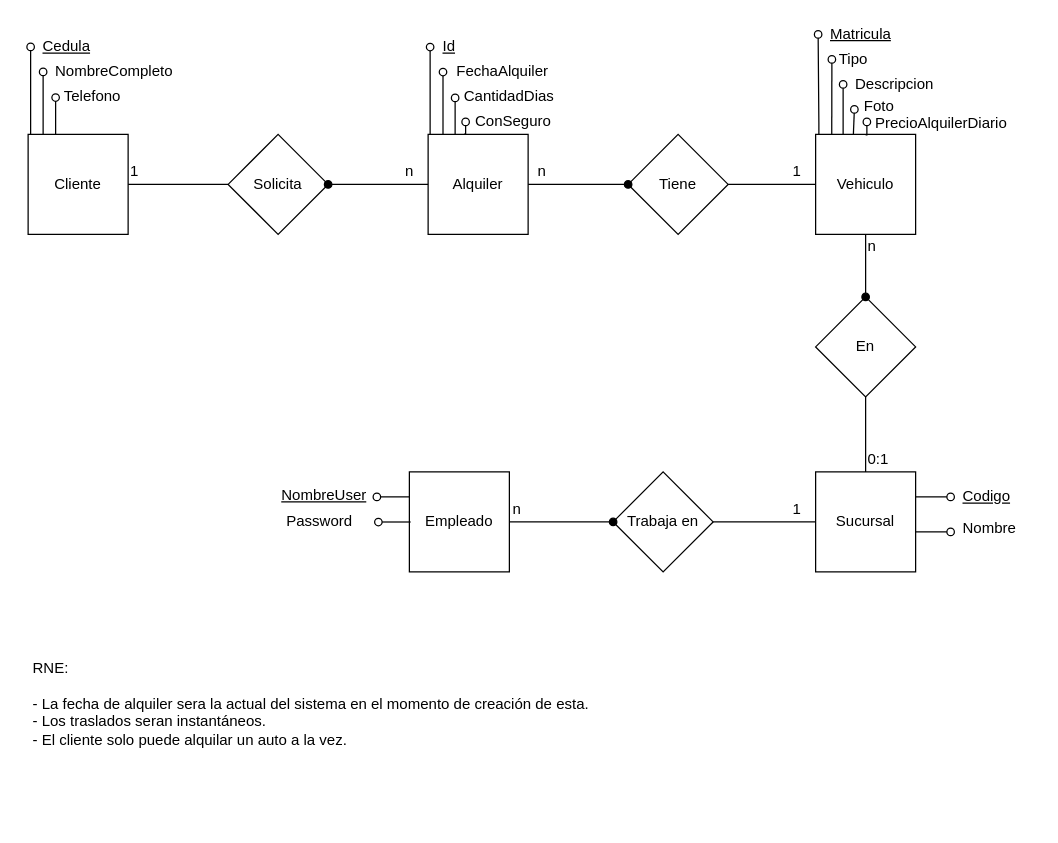
KaTTNico/BIOSRent keeps this draw.io diagram as Diagramas/MER.drawio. Above is the earlier version. Source tidied: cells renumbered, new cells numbered last; positions are measured from the earlier drawing's top-left corner, leaving out a move shared by most shapes. Both pictures are drawn from the tidied source at 125%, with x=0, y=0 at pixel (28, 21).
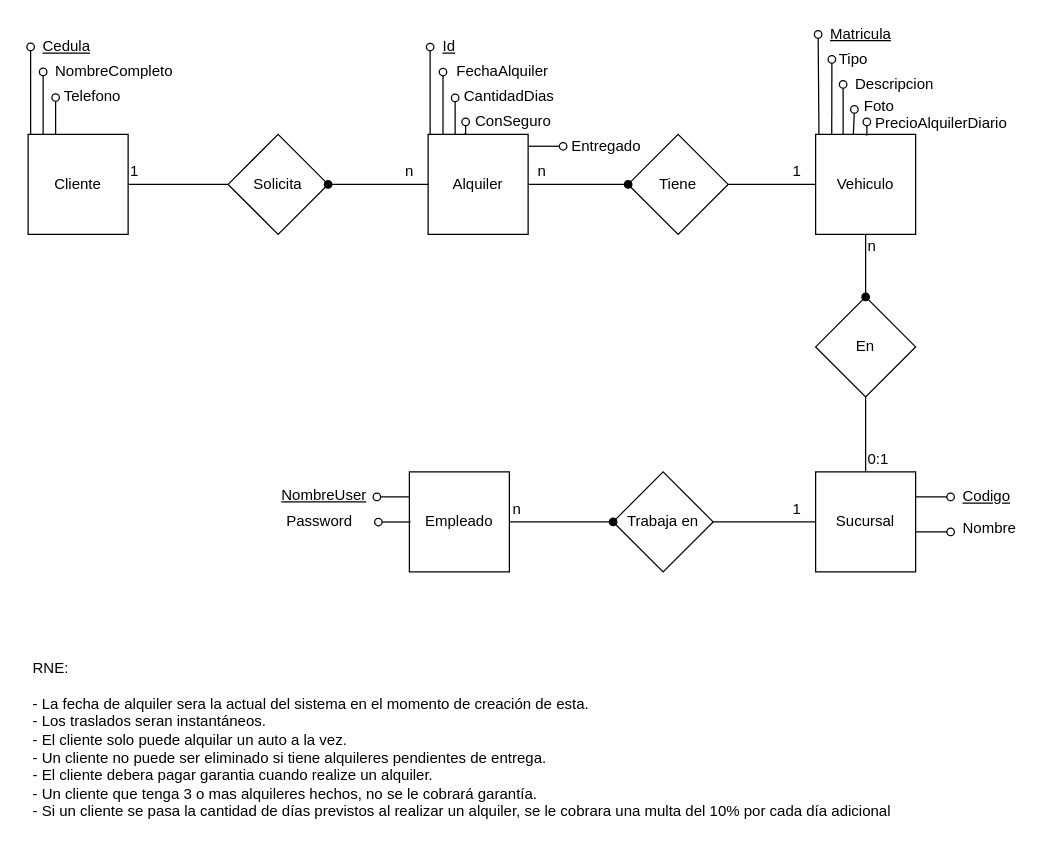
The same page after the edit.

Commit message:
Arreglo revert (por boludez mia)

Diff of the diagram source:
```diff
@@
-    <mxCell id="58" value="RNE:&lt;br&gt;&lt;br&gt;- La fecha de alquiler sera la actual del sistema en el momento de creación de esta.&lt;br&gt;- Los traslados seran instantáneos.&lt;br&gt;- El cliente solo puede alquilar un auto a la vez.&lt;br&gt;" style="text;html=1;align=left;verticalAlign=top;spacingTop=-4;" parent="1" vertex="1">
-      <mxGeometry x="2" y="507" width="460" height="70" as="geometry" />
+    <mxCell id="58" value="RNE:&lt;br&gt;&lt;br&gt;- La fecha de alquiler sera la actual del sistema en el momento de creación de esta.&lt;br&gt;- Los traslados seran instantáneos.&lt;br&gt;- El cliente solo puede alquilar un auto a la vez.&lt;br&gt;- Un cliente no puede ser eliminado si tiene alquileres pendientes de entrega.&lt;br&gt;- El cliente debera pagar garantia cuando realize un alquiler.&lt;br&gt;- Un cliente que tenga 3 o mas alquileres hechos, no se le cobrará garantía.&lt;br&gt;- Si un cliente se pasa la cantidad de días previstos al realizar un alquiler, se le cobrara una multa del 10% por cada día adicional&lt;br&gt;" style="text;html=1;align=left;verticalAlign=top;spacingTop=-4;" parent="1" vertex="1">
+      <mxGeometry x="2" y="507" width="700" height="130" as="geometry" />
     </mxCell>
@@
+    <mxCell id="60" style="edgeStyle=orthogonalEdgeStyle;rounded=0;html=1;endArrow=oval;endFill=0;jettySize=auto;orthogonalLoop=1;strokeColor=#000000;fontSize=12;exitX=1;exitY=0.25;exitDx=0;exitDy=0;" parent="1" edge="1">
+      <mxGeometry relative="1" as="geometry">
+        <mxPoint x="400" y="99.5" as="sourcePoint" />
+        <mxPoint x="428" y="99.5" as="targetPoint" />
+        <Array as="points">
+          <mxPoint x="428" y="99.5" />
+          <mxPoint x="428" y="99.5" />
+        </Array>
+      </mxGeometry>
+    </mxCell>
+    <mxCell id="61" value="Entregado" style="text;html=1;align=left;verticalAlign=top;spacingTop=-4;" parent="1" vertex="1">
+      <mxGeometry x="433" y="90" width="70" height="20" as="geometry" />
+    </mxCell>
```
